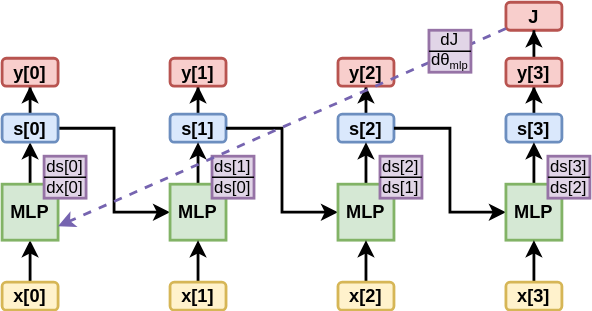
yyhtbs-yye/course_images keeps this draw.io diagram as rnn_gradient_vanish_vis.svg. Above is the earlier version. Source tidied: cells renumbered, new cells last; positions are measured from the earlier drawing's top-left corner, leaving out a move shared by most shapes.
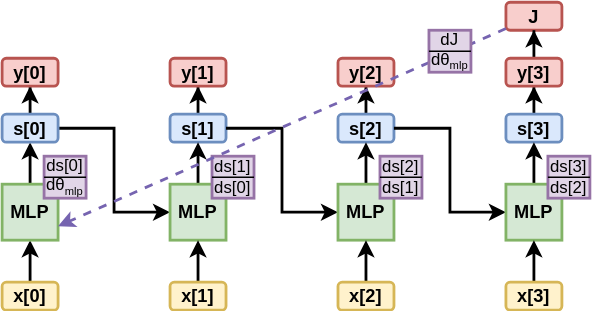
Later version of the same file.

What changed in the source:
```diff
@@ -110,7 +110,7 @@
     <mxCell id="37" style="edgeStyle=orthogonalEdgeStyle;rounded=0;orthogonalLoop=1;jettySize=auto;html=1;exitX=0;exitY=0.5;exitDx=0;exitDy=0;entryX=1;entryY=0.5;entryDx=0;entryDy=0;endArrow=none;endFill=0;" parent="1" edge="1" source="35" target="35">
       <mxGeometry relative="1" as="geometry" />
     </mxCell>
-    <mxCell id="38" value="ds[0]&lt;br&gt;dx[0]" style="text;html=1;strokeColor=#9673a6;fillColor=#e1d5e7;align=center;verticalAlign=middle;whiteSpace=wrap;rounded=0;strokeWidth=2;" parent="1" vertex="1">
+    <mxCell id="38" value="ds[0]&lt;br&gt;dθ&lt;sub style=&quot;border-color: var(--border-color);&quot;&gt;&lt;font style=&quot;border-color: var(--border-color); font-size: 8px;&quot;&gt;mlp&lt;/font&gt;&lt;/sub&gt;" style="text;html=1;strokeColor=#9673a6;fillColor=#e1d5e7;align=center;verticalAlign=middle;whiteSpace=wrap;rounded=0;strokeWidth=2;" parent="1" vertex="1">
       <mxGeometry x="30" y="110" width="30" height="30" as="geometry" />
     </mxCell>
     <mxCell id="39" style="edgeStyle=orthogonalEdgeStyle;rounded=0;orthogonalLoop=1;jettySize=auto;html=1;exitX=0;exitY=0.5;exitDx=0;exitDy=0;entryX=1;entryY=0.5;entryDx=0;entryDy=0;endArrow=none;endFill=0;" parent="1" edge="1" source="38" target="38">
```
